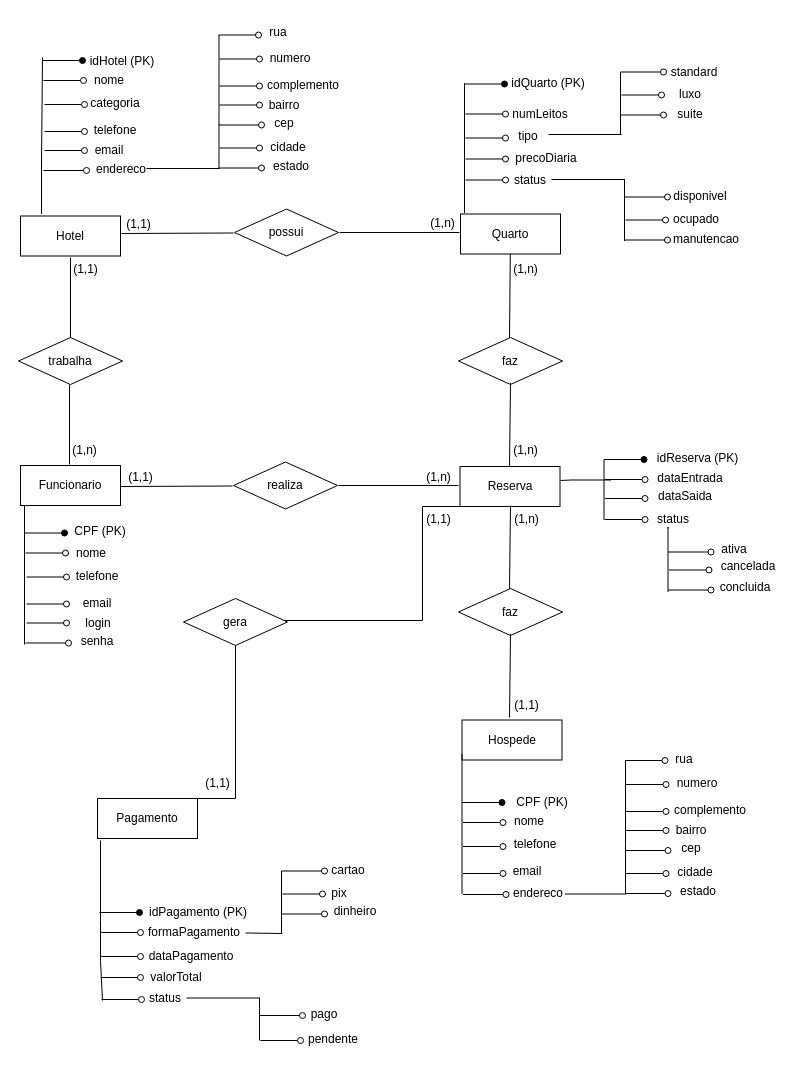
Earlier version of the draw.io diagram rede_de_hoteis.drawio (brunoadsdados/trabalho_banco_de_dados). Source tidied: cells renumbered, new cells numbered last; positions are measured from the earlier drawing's top-left corner, leaving out a move shared by most shapes. Both pictures are drawn from the tidied source at 100%, with x=0, y=0 at pixel (18, 17).
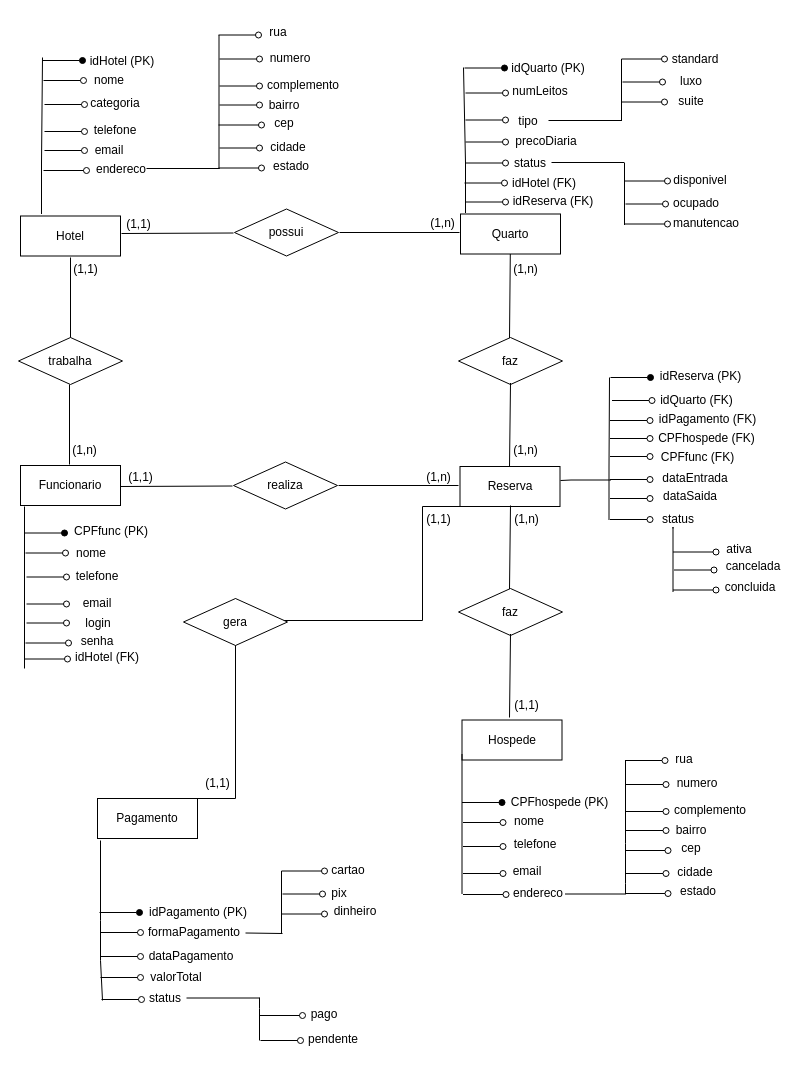
After the change.

Change to the diagram source:
```diff
@@
-    <mxCell id="10" value="CPF (PK)" style="text;html=1;align=center;verticalAlign=middle;whiteSpace=wrap;rounded=0;" parent="1" vertex="1">
-      <mxGeometry x="52" y="499" width="60" height="30" as="geometry" />
+    <mxCell id="10" value="CPFfunc (PK)" style="text;html=1;align=center;verticalAlign=middle;whiteSpace=wrap;rounded=0;" parent="1" vertex="1">
+      <mxGeometry x="52" y="499" width="82" height="30" as="geometry" />
     </mxCell>
@@
     <mxCell id="50" style="endArrow=oval;html=1;rounded=1;curved=0;endFill=1;" parent="1" edge="1">
       <mxGeometry relative="1" as="geometry">
-        <mxPoint x="446" y="66.5" as="sourcePoint" />
-        <mxPoint x="486" y="66.5" as="targetPoint" />
+        <mxPoint x="446" y="50.5" as="sourcePoint" />
+        <mxPoint x="486" y="50.5" as="targetPoint" />
       </mxGeometry>
     </mxCell>
     <mxCell id="51" value="idQuarto (PK)" style="text;html=1;align=center;verticalAlign=middle;whiteSpace=wrap;rounded=0;" parent="1" vertex="1">
-      <mxGeometry x="491" y="50.5" width="78" height="30" as="geometry" />
+      <mxGeometry x="491" y="35.5" width="78" height="30" as="geometry" />
     </mxCell>
     <mxCell id="52" style="endArrow=oval;html=1;rounded=1;curved=0;endFill=0;" parent="1" edge="1">
       <mxGeometry relative="1" as="geometry">
-        <mxPoint x="447" y="96.5" as="sourcePoint" />
-        <mxPoint x="487" y="96.5" as="targetPoint" />
+        <mxPoint x="447" y="75.5" as="sourcePoint" />
+        <mxPoint x="487" y="75.5" as="targetPoint" />
       </mxGeometry>
     </mxCell>
     <mxCell id="53" value="numLeitos" style="text;html=1;align=center;verticalAlign=middle;whiteSpace=wrap;rounded=0;" parent="1" vertex="1">
-      <mxGeometry x="492" y="81.5" width="60" height="30" as="geometry" />
+      <mxGeometry x="492" y="58.5" width="60" height="30" as="geometry" />
     </mxCell>
     <mxCell id="54" style="endArrow=oval;html=1;rounded=1;curved=0;endFill=0;" parent="1" edge="1">
       <mxGeometry relative="1" as="geometry">
-        <mxPoint x="447" y="120.5" as="sourcePoint" />
-        <mxPoint x="487" y="120.5" as="targetPoint" />
+        <mxPoint x="447" y="102.5" as="sourcePoint" />
+        <mxPoint x="487" y="102.5" as="targetPoint" />
       </mxGeometry>
     </mxCell>
     <mxCell id="55" value="tipo" style="text;html=1;align=center;verticalAlign=middle;whiteSpace=wrap;rounded=0;" parent="1" vertex="1">
-      <mxGeometry x="480" y="103.5" width="60" height="30" as="geometry" />
+      <mxGeometry x="480" y="88.5" width="60" height="30" as="geometry" />
     </mxCell>
     <mxCell id="56" style="endArrow=oval;html=1;rounded=1;curved=0;endFill=0;" parent="1" edge="1">
       <mxGeometry relative="1" as="geometry">
-        <mxPoint x="447" y="141.5" as="sourcePoint" />
-        <mxPoint x="487" y="141.5" as="targetPoint" />
+        <mxPoint x="447" y="124.5" as="sourcePoint" />
+        <mxPoint x="487" y="124.5" as="targetPoint" />
       </mxGeometry>
     </mxCell>
     <mxCell id="57" value="precoDiaria" style="text;html=1;align=center;verticalAlign=middle;whiteSpace=wrap;rounded=0;" parent="1" vertex="1">
-      <mxGeometry x="498" y="125.5" width="60" height="30" as="geometry" />
+      <mxGeometry x="498" y="108.5" width="60" height="30" as="geometry" />
     </mxCell>
     <mxCell id="58" style="endArrow=oval;html=1;rounded=1;curved=0;endFill=0;" parent="1" edge="1">
       <mxGeometry relative="1" as="geometry">
-        <mxPoint x="447" y="162.5" as="sourcePoint" />
-        <mxPoint x="487" y="162.5" as="targetPoint" />
+        <mxPoint x="447" y="145.5" as="sourcePoint" />
+        <mxPoint x="487" y="145.5" as="targetPoint" />
       </mxGeometry>
     </mxCell>
     <mxCell id="59" value="status" style="text;html=1;align=center;verticalAlign=middle;whiteSpace=wrap;rounded=0;" parent="1" vertex="1">
-      <mxGeometry x="482" y="147.5" width="60" height="30" as="geometry" />
+      <mxGeometry x="482" y="130.5" width="60" height="30" as="geometry" />
     </mxCell>
     <mxCell id="60" style="endArrow=none;html=1;rounded=0;" parent="1" edge="1">
       <mxGeometry relative="1" as="geometry">
-        <mxPoint x="446" y="195.5" as="sourcePoint" />
-        <mxPoint x="446" y="65.5" as="targetPoint" />
+        <mxPoint x="447" y="195.5" as="sourcePoint" />
+        <mxPoint x="445" y="50" as="targetPoint" />
         <Array as="points">
-          <mxPoint x="446" y="185.5" />
-          <mxPoint x="446" y="145.5" />
+          <mxPoint x="447" y="185.5" />
+          <mxPoint x="447" y="145.5" />
         </Array>
       </mxGeometry>
     </mxCell>
     <mxCell id="61" style="endArrow=none;html=1;rounded=0;" parent="1" edge="1">
       <mxGeometry relative="1" as="geometry">
-        <mxPoint x="530" y="117" as="sourcePoint" />
-        <mxPoint x="603" y="117" as="targetPoint" />
+        <mxPoint x="530" y="103" as="sourcePoint" />
+        <mxPoint x="603" y="103" as="targetPoint" />
       </mxGeometry>
     </mxCell>
     <mxCell id="62" style="endArrow=oval;html=1;rounded=1;curved=0;endFill=0;" parent="1" edge="1">
       <mxGeometry relative="1" as="geometry">
-        <mxPoint x="602" y="54.5" as="sourcePoint" />
-        <mxPoint x="645" y="54.5" as="targetPoint" />
+        <mxPoint x="603" y="41.5" as="sourcePoint" />
+        <mxPoint x="646" y="41.5" as="targetPoint" />
       </mxGeometry>
     </mxCell>
     <mxCell id="63" style="endArrow=oval;html=1;rounded=1;curved=0;endFill=0;" parent="1" edge="1">
       <mxGeometry relative="1" as="geometry">
-        <mxPoint x="603" y="77.5" as="sourcePoint" />
-        <mxPoint x="643" y="77.5" as="targetPoint" />
+        <mxPoint x="604" y="64.5" as="sourcePoint" />
+        <mxPoint x="644" y="64.5" as="targetPoint" />
       </mxGeometry>
     </mxCell>
     <mxCell id="64" style="endArrow=oval;html=1;rounded=1;curved=0;endFill=0;" parent="1" edge="1">
       <mxGeometry relative="1" as="geometry">
-        <mxPoint x="602" y="97.5" as="sourcePoint" />
-        <mxPoint x="645" y="97.5" as="targetPoint" />
+        <mxPoint x="603" y="84.5" as="sourcePoint" />
+        <mxPoint x="646" y="84.5" as="targetPoint" />
       </mxGeometry>
     </mxCell>
     <mxCell id="65" value="luxo" style="text;html=1;align=center;verticalAlign=middle;whiteSpace=wrap;rounded=0;" parent="1" vertex="1">
-      <mxGeometry x="642" y="61.5" width="60" height="30" as="geometry" />
+      <mxGeometry x="643" y="48.5" width="60" height="30" as="geometry" />
     </mxCell>
     <mxCell id="66" value="suite" style="text;html=1;align=center;verticalAlign=middle;whiteSpace=wrap;rounded=0;" parent="1" vertex="1">
-      <mxGeometry x="642" y="81.5" width="60" height="30" as="geometry" />
+      <mxGeometry x="643" y="68.5" width="60" height="30" as="geometry" />
     </mxCell>
     <mxCell id="67" value="standard" style="text;html=1;align=center;verticalAlign=middle;whiteSpace=wrap;rounded=0;" parent="1" vertex="1">
-      <mxGeometry x="646" y="39.5" width="60" height="30" as="geometry" />
+      <mxGeometry x="647" y="26.5" width="60" height="30" as="geometry" />
     </mxCell>
     <mxCell id="68" style="endArrow=none;html=1;rounded=0;" parent="1" edge="1">
       <mxGeometry relative="1" as="geometry">
-        <mxPoint x="602" y="116.5" as="sourcePoint" />
-        <mxPoint x="602" y="54.5" as="targetPoint" />
+        <mxPoint x="603" y="103.5" as="sourcePoint" />
+        <mxPoint x="603" y="41.5" as="targetPoint" />
         <Array as="points">
-          <mxPoint x="602" y="105.5" />
-          <mxPoint x="602" y="65.5" />
+          <mxPoint x="603" y="92.5" />
+          <mxPoint x="603" y="52.5" />
         </Array>
       </mxGeometry>
     </mxCell>
     <mxCell id="69" style="endArrow=oval;html=1;rounded=1;curved=0;endFill=0;" parent="1" edge="1">
       <mxGeometry relative="1" as="geometry">
-        <mxPoint x="606" y="179.5" as="sourcePoint" />
-        <mxPoint x="649" y="179.5" as="targetPoint" />
+        <mxPoint x="606" y="163.5" as="sourcePoint" />
+        <mxPoint x="649" y="163.5" as="targetPoint" />
       </mxGeometry>
     </mxCell>
     <mxCell id="70" style="endArrow=oval;html=1;rounded=1;curved=0;endFill=0;" parent="1" edge="1">
       <mxGeometry relative="1" as="geometry">
-        <mxPoint x="607" y="202.5" as="sourcePoint" />
-        <mxPoint x="647" y="202.5" as="targetPoint" />
+        <mxPoint x="607" y="186.5" as="sourcePoint" />
+        <mxPoint x="647" y="186.5" as="targetPoint" />
       </mxGeometry>
     </mxCell>
     <mxCell id="71" style="endArrow=oval;html=1;rounded=1;curved=0;endFill=0;" parent="1" edge="1">
       <mxGeometry relative="1" as="geometry">
-        <mxPoint x="606" y="222.5" as="sourcePoint" />
-        <mxPoint x="649" y="222.5" as="targetPoint" />
+        <mxPoint x="606" y="206.5" as="sourcePoint" />
+        <mxPoint x="649" y="206.5" as="targetPoint" />
       </mxGeometry>
     </mxCell>
     <mxCell id="72" value="ocupado" style="text;html=1;align=center;verticalAlign=middle;whiteSpace=wrap;rounded=0;" parent="1" vertex="1">
-      <mxGeometry x="648" y="186.5" width="60" height="30" as="geometry" />
+      <mxGeometry x="648" y="170.5" width="60" height="30" as="geometry" />
     </mxCell>
     <mxCell id="73" value="manutencao" style="text;html=1;align=center;verticalAlign=middle;whiteSpace=wrap;rounded=0;" parent="1" vertex="1">
-      <mxGeometry x="658" y="206.5" width="60" height="30" as="geometry" />
+      <mxGeometry x="658" y="190.5" width="60" height="30" as="geometry" />
     </mxCell>
     <mxCell id="74" value="disponivel" style="text;html=1;align=center;verticalAlign=middle;whiteSpace=wrap;rounded=0;" parent="1" vertex="1">
-      <mxGeometry x="652" y="163.5" width="60" height="30" as="geometry" />
+      <mxGeometry x="652" y="147.5" width="60" height="30" as="geometry" />
     </mxCell>
     <mxCell id="75" style="endArrow=none;html=1;rounded=0;" parent="1" edge="1">
       <mxGeometry relative="1" as="geometry">
-        <mxPoint x="606" y="223.5" as="sourcePoint" />
-        <mxPoint x="606" y="161.5" as="targetPoint" />
+        <mxPoint x="606" y="207.5" as="sourcePoint" />
+        <mxPoint x="606" y="145.5" as="targetPoint" />
         <Array as="points">
-          <mxPoint x="606" y="212.5" />
-          <mxPoint x="606" y="172.5" />
+          <mxPoint x="606" y="196.5" />
+          <mxPoint x="606" y="156.5" />
         </Array>
       </mxGeometry>
     </mxCell>
     <mxCell id="76" style="endArrow=none;html=1;rounded=0;" parent="1" edge="1">
       <mxGeometry relative="1" as="geometry">
-        <mxPoint x="533" y="162" as="sourcePoint" />
-        <mxPoint x="606" y="162" as="targetPoint" />
+        <mxPoint x="533" y="145" as="sourcePoint" />
+        <mxPoint x="606" y="145" as="targetPoint" />
       </mxGeometry>
     </mxCell>
@@
-    <mxCell id="78" value="CPF (PK)" style="text;html=1;align=center;verticalAlign=middle;whiteSpace=wrap;rounded=0;" parent="1" vertex="1">
-      <mxGeometry x="487.5" y="770" width="72" height="30" as="geometry" />
+    <mxCell id="78" value="CPFhospede (PK)" style="text;html=1;align=center;verticalAlign=middle;whiteSpace=wrap;rounded=0;" parent="1" vertex="1">
+      <mxGeometry x="487.5" y="770" width="106.5" height="30" as="geometry" />
     </mxCell>
@@
     <mxCell id="104" style="endArrow=oval;html=1;rounded=1;curved=0;endFill=1;" parent="1" edge="1">
       <mxGeometry relative="1" as="geometry">
-        <mxPoint x="585.5" y="442" as="sourcePoint" />
-        <mxPoint x="625.5" y="442" as="targetPoint" />
+        <mxPoint x="592" y="360" as="sourcePoint" />
+        <mxPoint x="632" y="360" as="targetPoint" />
       </mxGeometry>
     </mxCell>
     <mxCell id="105" value="idReserva (PK)" style="text;html=1;align=center;verticalAlign=middle;whiteSpace=wrap;rounded=0;" parent="1" vertex="1">
-      <mxGeometry x="636.5" y="426" width="85" height="30" as="geometry" />
+      <mxGeometry x="639.5" y="344" width="85" height="30" as="geometry" />
     </mxCell>
     <mxCell id="106" style="endArrow=oval;html=1;rounded=1;curved=0;endFill=0;" parent="1" edge="1">
       <mxGeometry relative="1" as="geometry">
-        <mxPoint x="586.5" y="462" as="sourcePoint" />
-        <mxPoint x="626.5" y="462" as="targetPoint" />
+        <mxPoint x="591.5" y="462" as="sourcePoint" />
+        <mxPoint x="631.5" y="462" as="targetPoint" />
       </mxGeometry>
     </mxCell>
     <mxCell id="107" value="dataEntrada" style="text;html=1;align=center;verticalAlign=middle;whiteSpace=wrap;rounded=0;" parent="1" vertex="1">
-      <mxGeometry x="641.5" y="446" width="60" height="30" as="geometry" />
+      <mxGeometry x="646.5" y="446" width="60" height="30" as="geometry" />
     </mxCell>
     <mxCell id="108" style="endArrow=oval;html=1;rounded=1;curved=0;endFill=0;" parent="1" edge="1">
       <mxGeometry relative="1" as="geometry">
-        <mxPoint x="586.5" y="481" as="sourcePoint" />
-        <mxPoint x="626.5" y="481" as="targetPoint" />
+        <mxPoint x="591.5" y="481" as="sourcePoint" />
+        <mxPoint x="631.5" y="481" as="targetPoint" />
       </mxGeometry>
     </mxCell>
     <mxCell id="109" value="dataSaida" style="text;html=1;align=center;verticalAlign=middle;whiteSpace=wrap;rounded=0;" parent="1" vertex="1">
-      <mxGeometry x="636.5" y="464" width="60" height="30" as="geometry" />
+      <mxGeometry x="641.5" y="464" width="60" height="30" as="geometry" />
     </mxCell>
     <mxCell id="110" style="endArrow=oval;html=1;rounded=1;curved=0;endFill=0;" parent="1" edge="1">
       <mxGeometry relative="1" as="geometry">
-        <mxPoint x="586.5" y="502" as="sourcePoint" />
-        <mxPoint x="626.5" y="502" as="targetPoint" />
+        <mxPoint x="591.5" y="502" as="sourcePoint" />
+        <mxPoint x="631.5" y="502" as="targetPoint" />
       </mxGeometry>
     </mxCell>
     <mxCell id="111" value="status" style="text;html=1;align=center;verticalAlign=middle;whiteSpace=wrap;rounded=0;" parent="1" vertex="1">
-      <mxGeometry x="624.5" y="487" width="60" height="30" as="geometry" />
+      <mxGeometry x="629.5" y="487" width="60" height="30" as="geometry" />
     </mxCell>
     <mxCell id="112" style="endArrow=oval;html=1;rounded=1;curved=0;endFill=0;" parent="1" edge="1">
       <mxGeometry relative="1" as="geometry">
-        <mxPoint x="649.5" y="534.5" as="sourcePoint" />
-        <mxPoint x="692.5" y="534.5" as="targetPoint" />
+        <mxPoint x="654.5" y="534.5" as="sourcePoint" />
+        <mxPoint x="697.5" y="534.5" as="targetPoint" />
       </mxGeometry>
     </mxCell>
     <mxCell id="113" style="endArrow=oval;html=1;rounded=1;curved=0;endFill=0;" parent="1" edge="1">
       <mxGeometry relative="1" as="geometry">
-        <mxPoint x="650.5" y="552.5" as="sourcePoint" />
-        <mxPoint x="690.5" y="552.5" as="targetPoint" />
+        <mxPoint x="655.5" y="552.5" as="sourcePoint" />
+        <mxPoint x="695.5" y="552.5" as="targetPoint" />
       </mxGeometry>
     </mxCell>
     <mxCell id="114" style="endArrow=oval;html=1;rounded=1;curved=0;endFill=0;" parent="1" edge="1">
       <mxGeometry relative="1" as="geometry">
-        <mxPoint x="649.5" y="572.5" as="sourcePoint" />
-        <mxPoint x="692.5" y="572.5" as="targetPoint" />
+        <mxPoint x="654.5" y="572.5" as="sourcePoint" />
+        <mxPoint x="697.5" y="572.5" as="targetPoint" />
       </mxGeometry>
     </mxCell>
     <mxCell id="115" value="cancelada" style="text;html=1;align=center;verticalAlign=middle;whiteSpace=wrap;rounded=0;" parent="1" vertex="1">
-      <mxGeometry x="700" y="534" width="60" height="30" as="geometry" />
+      <mxGeometry x="705" y="534" width="60" height="30" as="geometry" />
     </mxCell>
     <mxCell id="116" value="concluida" style="text;html=1;align=center;verticalAlign=middle;whiteSpace=wrap;rounded=0;" parent="1" vertex="1">
-      <mxGeometry x="697" y="554.5" width="60" height="30" as="geometry" />
+      <mxGeometry x="702" y="554.5" width="60" height="30" as="geometry" />
     </mxCell>
     <mxCell id="117" value="ativa" style="text;html=1;align=center;verticalAlign=middle;whiteSpace=wrap;rounded=0;" parent="1" vertex="1">
-      <mxGeometry x="686" y="517" width="60" height="30" as="geometry" />
+      <mxGeometry x="691" y="517" width="60" height="30" as="geometry" />
     </mxCell>
     <mxCell id="118" style="endArrow=none;html=1;rounded=0;" parent="1" edge="1">
       <mxGeometry relative="1" as="geometry">
-        <mxPoint x="649.5" y="574.5" as="sourcePoint" />
-        <mxPoint x="649.5" y="511" as="targetPoint" />
+        <mxPoint x="654.5" y="574.5" as="sourcePoint" />
+        <mxPoint x="654.5" y="511" as="targetPoint" />
         <Array as="points">
-          <mxPoint x="649.5" y="549.5" />
-          <mxPoint x="649.5" y="509.5" />
+          <mxPoint x="654.5" y="549.5" />
+          <mxPoint x="654.5" y="509.5" />
         </Array>
       </mxGeometry>
     </mxCell>
     <mxCell id="119" style="endArrow=none;html=1;rounded=0;" parent="1" edge="1">
       <mxGeometry relative="1" as="geometry">
-        <mxPoint x="585.5" y="502.5" as="sourcePoint" />
-        <mxPoint x="585.5" y="442" as="targetPoint" />
+        <mxPoint x="590.5" y="502.5" as="sourcePoint" />
+        <mxPoint x="591" y="360" as="targetPoint" />
         <Array as="points">
-          <mxPoint x="585.5" y="489.5" />
-          <mxPoint x="585.5" y="449.5" />
+          <mxPoint x="590.5" y="489.5" />
+          <mxPoint x="590.5" y="449.5" />
         </Array>
       </mxGeometry>
     </mxCell>
@@
     <mxCell id="150" style="endArrow=none;html=1;rounded=0;" parent="1" edge="1">
       <mxGeometry relative="1" as="geometry">
-        <mxPoint x="6" y="627" as="sourcePoint" />
-        <mxPoint x="6" y="488" as="targetPoint" />
+        <mxPoint x="6" y="651" as="sourcePoint" />
+        <mxPoint x="6" y="489" as="targetPoint" />
       </mxGeometry>
     </mxCell>
@@
+    <mxCell id="176" style="endArrow=oval;html=1;rounded=1;curved=0;endFill=0;" parent="1" edge="1">
+      <mxGeometry relative="1" as="geometry">
+        <mxPoint x="446" y="165.5" as="sourcePoint" />
+        <mxPoint x="486" y="165.5" as="targetPoint" />
+      </mxGeometry>
+    </mxCell>
+    <mxCell id="177" value="idHotel (FK)" style="text;html=1;align=center;verticalAlign=middle;whiteSpace=wrap;rounded=0;" parent="1" vertex="1">
+      <mxGeometry x="489.5" y="150.5" width="72" height="30" as="geometry" />
+    </mxCell>
+    <mxCell id="178" value="idHotel (FK)" style="text;html=1;align=center;verticalAlign=middle;whiteSpace=wrap;rounded=0;" parent="1" vertex="1">
+      <mxGeometry x="53" y="624.5" width="72" height="30" as="geometry" />
+    </mxCell>
+    <mxCell id="179" style="endArrow=oval;html=1;rounded=1;curved=0;endFill=0;" parent="1" edge="1">
+      <mxGeometry relative="1" as="geometry">
+        <mxPoint x="6" y="641.5" as="sourcePoint" />
+        <mxPoint x="49" y="641.5" as="targetPoint" />
+      </mxGeometry>
+    </mxCell>
+    <mxCell id="180" style="endArrow=oval;html=1;rounded=1;curved=0;endFill=0;" parent="1" edge="1">
+      <mxGeometry relative="1" as="geometry">
+        <mxPoint x="591.5" y="439" as="sourcePoint" />
+        <mxPoint x="631.5" y="439" as="targetPoint" />
+      </mxGeometry>
+    </mxCell>
+    <mxCell id="181" value="CPFfunc (FK)" style="text;html=1;align=center;verticalAlign=middle;whiteSpace=wrap;rounded=0;" parent="1" vertex="1">
+      <mxGeometry x="636.5" y="425" width="84.5" height="30" as="geometry" />
+    </mxCell>
+    <mxCell id="182" style="endArrow=oval;html=1;rounded=1;curved=0;endFill=0;" parent="1" edge="1">
+      <mxGeometry relative="1" as="geometry">
+        <mxPoint x="591.5" y="421" as="sourcePoint" />
+        <mxPoint x="631.5" y="421" as="targetPoint" />
+      </mxGeometry>
+    </mxCell>
+    <mxCell id="183" value="CPFhospede (FK)" style="text;html=1;align=center;verticalAlign=middle;whiteSpace=wrap;rounded=0;" parent="1" vertex="1">
+      <mxGeometry x="636.5" y="406" width="102.5" height="30" as="geometry" />
+    </mxCell>
+    <mxCell id="184" value="idQuarto (FK)" style="text;html=1;align=center;verticalAlign=middle;whiteSpace=wrap;rounded=0;" parent="1" vertex="1">
+      <mxGeometry x="626.5" y="368" width="102.5" height="30" as="geometry" />
+    </mxCell>
+    <mxCell id="185" style="endArrow=oval;html=1;rounded=1;curved=0;endFill=0;" parent="1" edge="1">
+      <mxGeometry relative="1" as="geometry">
+        <mxPoint x="593.5" y="383" as="sourcePoint" />
+        <mxPoint x="633.5" y="383" as="targetPoint" />
+      </mxGeometry>
+    </mxCell>
+    <mxCell id="186" style="endArrow=oval;html=1;rounded=1;curved=0;endFill=0;" parent="1" edge="1">
+      <mxGeometry relative="1" as="geometry">
+        <mxPoint x="591.5" y="403" as="sourcePoint" />
+        <mxPoint x="631.5" y="403" as="targetPoint" />
+      </mxGeometry>
+    </mxCell>
+    <mxCell id="187" value="idPagamento (FK)" style="text;html=1;align=center;verticalAlign=middle;whiteSpace=wrap;rounded=0;" parent="1" vertex="1">
+      <mxGeometry x="637.5" y="387" width="102.5" height="30" as="geometry" />
+    </mxCell>
+    <mxCell id="188" style="endArrow=oval;html=1;rounded=1;curved=0;endFill=0;" parent="1" edge="1">
+      <mxGeometry relative="1" as="geometry">
+        <mxPoint x="447" y="184.5" as="sourcePoint" />
+        <mxPoint x="487" y="184.5" as="targetPoint" />
+      </mxGeometry>
+    </mxCell>
+    <mxCell id="189" value="idReserva (FK)" style="text;html=1;align=center;verticalAlign=middle;whiteSpace=wrap;rounded=0;" parent="1" vertex="1">
+      <mxGeometry x="491.5" y="168.5" width="85.5" height="30" as="geometry" />
+    </mxCell>
```
